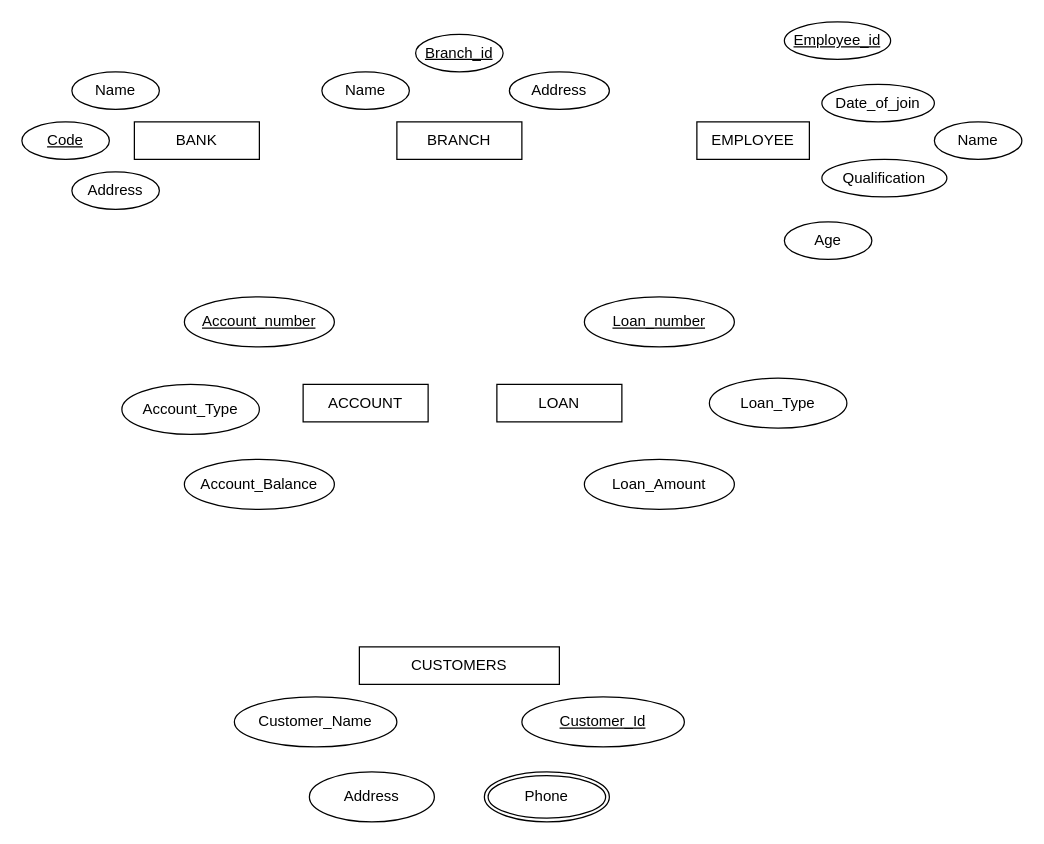
Earlier version of the draw.io diagram Untitled Diagram.drawio (Anurag404OpenSourceRules/Bank-Management-System-ERD). Source tidied: cells renumbered, new cells numbered last; positions are measured from the earlier drawing's top-left corner, leaving out a move shared by most shapes. Both pictures are drawn from the tidied source at 125%, with x=0, y=0 at pixel (21, 21).
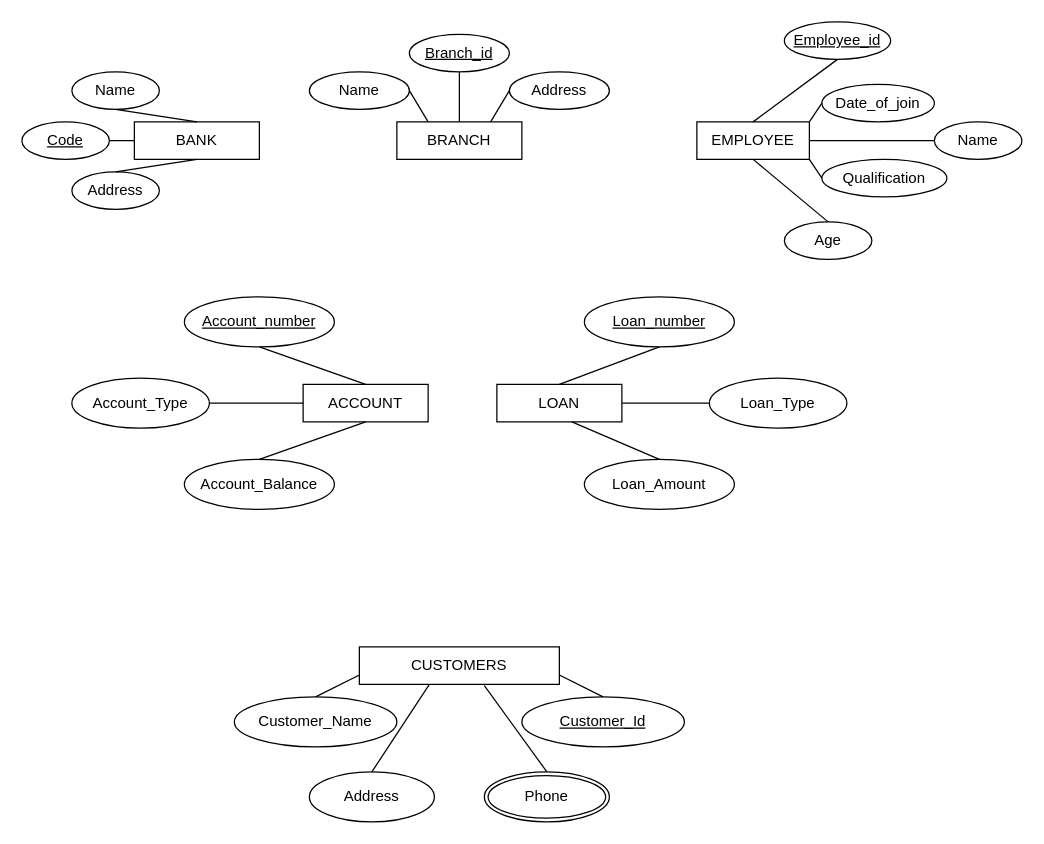
The same diagram, later.

Commit message:
Entities and attributes connection established

The change refers to these unchanged cells:
```xml
<mxCell id="2" value="BRANCH" style="rounded=0;whiteSpace=wrap;html=1;" parent="1" vertex="1">
  <mxGeometry x="300" y="80" width="100" height="30" as="geometry" />
</mxCell>
<mxCell id="3" value="ACCOUNT" style="rounded=0;whiteSpace=wrap;html=1;" parent="1" vertex="1">
  <mxGeometry x="225" y="290" width="100" height="30" as="geometry" />
</mxCell>
<mxCell id="4" value="LOAN" style="rounded=0;whiteSpace=wrap;html=1;" parent="1" vertex="1">
  <mxGeometry x="380" y="290" width="100" height="30" as="geometry" />
</mxCell>
<mxCell id="5" value="CUSTOMERS" style="rounded=0;whiteSpace=wrap;html=1;" parent="1" vertex="1">
  <mxGeometry x="270" y="500" width="160" height="30" as="geometry" />
</mxCell>
<mxCell id="6" value="BANK" style="rounded=0;whiteSpace=wrap;html=1;" parent="1" vertex="1">
  <mxGeometry x="90" y="80" width="100" height="30" as="geometry" />
</mxCell>
<mxCell id="7" value="Name" style="ellipse;whiteSpace=wrap;html=1;" parent="1" vertex="1">
  <mxGeometry x="40" y="40" width="70" height="30" as="geometry" />
</mxCell>
<mxCell id="8" value="Address" style="ellipse;whiteSpace=wrap;html=1;" parent="1" vertex="1">
  <mxGeometry x="40" y="120" width="70" height="30" as="geometry" />
</mxCell>
<mxCell id="10" value="Address" style="ellipse;whiteSpace=wrap;html=1;" parent="1" vertex="1">
  <mxGeometry x="390" y="40" width="80" height="30" as="geometry" />
</mxCell>
<mxCell id="11" value="EMPLOYEE" style="rounded=0;whiteSpace=wrap;html=1;" parent="1" vertex="1">
  <mxGeometry x="540" y="80" width="90" height="30" as="geometry" />
</mxCell>
<mxCell id="12" value="Name" style="ellipse;whiteSpace=wrap;html=1;" parent="1" vertex="1">
  <mxGeometry x="730" y="80" width="70" height="30" as="geometry" />
</mxCell>
<mxCell id="13" value="Age" style="ellipse;whiteSpace=wrap;html=1;" parent="1" vertex="1">
  <mxGeometry x="610" y="160" width="70" height="30" as="geometry" />
</mxCell>
<mxCell id="14" value="Date_of_join" style="ellipse;whiteSpace=wrap;html=1;" parent="1" vertex="1">
  <mxGeometry x="640" y="50" width="90" height="30" as="geometry" />
</mxCell>
<mxCell id="15" value="Qualification" style="ellipse;whiteSpace=wrap;html=1;" parent="1" vertex="1">
  <mxGeometry x="640" y="110" width="100" height="30" as="geometry" />
</mxCell>
<mxCell id="16" value="Account_Balance" style="ellipse;whiteSpace=wrap;html=1;" parent="1" vertex="1">
  <mxGeometry x="130" y="350" width="120" height="40" as="geometry" />
</mxCell>
<mxCell id="18" value="Loan_Amount" style="ellipse;whiteSpace=wrap;html=1;" parent="1" vertex="1">
  <mxGeometry x="450" y="350" width="120" height="40" as="geometry" />
</mxCell>
<mxCell id="19" value="Loan_Type" style="ellipse;whiteSpace=wrap;html=1;" parent="1" vertex="1">
  <mxGeometry x="550" y="285" width="110" height="40" as="geometry" />
</mxCell>
<mxCell id="20" value="Customer_Name" style="ellipse;whiteSpace=wrap;html=1;" parent="1" vertex="1">
  <mxGeometry x="170" y="540" width="130" height="40" as="geometry" />
</mxCell>
<mxCell id="21" value="Address" style="ellipse;whiteSpace=wrap;html=1;" parent="1" vertex="1">
  <mxGeometry x="230" y="600" width="100" height="40" as="geometry" />
</mxCell>
<mxCell id="22" value="Phone" style="ellipse;shape=doubleEllipse;margin=3;whiteSpace=wrap;html=1;align=center;" parent="1" vertex="1">
  <mxGeometry x="370" y="600" width="100" height="40" as="geometry" />
</mxCell>
<mxCell id="23" value="Code" style="ellipse;whiteSpace=wrap;html=1;align=center;fontStyle=4;" parent="1" vertex="1">
  <mxGeometry y="80" width="70" height="30" as="geometry" />
</mxCell>
<mxCell id="25" value="Employee_id" style="ellipse;whiteSpace=wrap;html=1;align=center;fontStyle=4;" parent="1" vertex="1">
  <mxGeometry x="610" width="85" height="30" as="geometry" />
</mxCell>
<mxCell id="26" value="Loan_number" style="ellipse;whiteSpace=wrap;html=1;align=center;fontStyle=4;" parent="1" vertex="1">
  <mxGeometry x="450" y="220" width="120" height="40" as="geometry" />
</mxCell>
<mxCell id="27" value="Account_number" style="ellipse;whiteSpace=wrap;html=1;align=center;fontStyle=4;" parent="1" vertex="1">
  <mxGeometry x="130" y="220" width="120" height="40" as="geometry" />
</mxCell>
<mxCell id="28" value="Customer_Id" style="ellipse;whiteSpace=wrap;html=1;align=center;fontStyle=4;" parent="1" vertex="1">
  <mxGeometry x="400" y="540" width="130" height="40" as="geometry" />
</mxCell>
```

The edit, as a diff of the source:
```diff
@@
     <mxCell id="9" value="Name" style="ellipse;whiteSpace=wrap;html=1;" parent="1" vertex="1">
-      <mxGeometry x="240" y="40" width="70" height="30" as="geometry" />
+      <mxGeometry x="230" y="40" width="80" height="30" as="geometry" />
     </mxCell>
@@
     <mxCell id="17" value="Account_Type" style="ellipse;whiteSpace=wrap;html=1;" parent="1" vertex="1">
-      <mxGeometry x="80" y="290" width="110" height="40" as="geometry" />
+      <mxGeometry x="40" y="285" width="110" height="40" as="geometry" />
     </mxCell>
@@
     <mxCell id="24" value="Branch_id" style="ellipse;whiteSpace=wrap;html=1;align=center;fontStyle=4;" parent="1" vertex="1">
-      <mxGeometry x="315" y="10" width="70" height="30" as="geometry" />
+      <mxGeometry x="310" y="10" width="80" height="30" as="geometry" />
     </mxCell>
@@
+    <mxCell id="29" style="endArrow=none;html=1;rounded=0;entryX=0;entryY=0.5;entryDx=0;entryDy=0;exitX=1;exitY=0.5;exitDx=0;exitDy=0;" parent="1" edge="1" source="4" target="19">
+      <mxGeometry relative="1" as="geometry" />
+    </mxCell>
+    <mxCell id="30" style="endArrow=none;html=1;rounded=0;entryX=0.5;entryY=0;entryDx=0;entryDy=0;" parent="1" edge="1" target="18">
+      <mxGeometry relative="1" as="geometry">
+        <mxPoint x="440" y="320" as="sourcePoint" />
+      </mxGeometry>
+    </mxCell>
+    <mxCell id="31" style="endArrow=none;html=1;rounded=0;exitX=0.5;exitY=0;exitDx=0;exitDy=0;entryX=0.5;entryY=1;entryDx=0;entryDy=0;" parent="1" edge="1" source="4" target="26">
+      <mxGeometry relative="1" as="geometry" />
+    </mxCell>
+    <mxCell id="32" style="endArrow=none;html=1;rounded=0;exitX=0.5;exitY=1;exitDx=0;exitDy=0;entryX=0.5;entryY=0;entryDx=0;entryDy=0;" parent="1" edge="1" source="3" target="16">
+      <mxGeometry relative="1" as="geometry" />
+    </mxCell>
+    <mxCell id="33" style="endArrow=none;html=1;rounded=0;exitX=0.5;exitY=0;exitDx=0;exitDy=0;entryX=0.5;entryY=1;entryDx=0;entryDy=0;" parent="1" edge="1" source="3" target="27">
+      <mxGeometry relative="1" as="geometry" />
+    </mxCell>
+    <mxCell id="34" style="endArrow=none;html=1;rounded=0;exitX=0;exitY=0.5;exitDx=0;exitDy=0;entryX=1;entryY=0.5;entryDx=0;entryDy=0;" parent="1" edge="1" source="3" target="17">
+      <mxGeometry relative="1" as="geometry" />
+    </mxCell>
+    <mxCell id="35" style="endArrow=none;html=1;rounded=0;exitX=0.5;exitY=1;exitDx=0;exitDy=0;entryX=0.5;entryY=0;entryDx=0;entryDy=0;" parent="1" edge="1" source="6" target="8">
+      <mxGeometry relative="1" as="geometry" />
+    </mxCell>
+    <mxCell id="36" style="endArrow=none;html=1;rounded=0;exitX=0.5;exitY=1;exitDx=0;exitDy=0;entryX=0.5;entryY=0;entryDx=0;entryDy=0;" parent="1" edge="1" source="7" target="6">
+      <mxGeometry relative="1" as="geometry" />
+    </mxCell>
+    <mxCell id="37" style="endArrow=none;html=1;rounded=0;entryX=0;entryY=0.5;entryDx=0;entryDy=0;exitX=1;exitY=0.5;exitDx=0;exitDy=0;" parent="1" edge="1" source="23" target="6">
+      <mxGeometry relative="1" as="geometry" />
+    </mxCell>
+    <mxCell id="38" style="endArrow=none;html=1;rounded=0;exitX=0.5;exitY=0;exitDx=0;exitDy=0;entryX=0.5;entryY=1;entryDx=0;entryDy=0;" parent="1" edge="1" source="2" target="24">
+      <mxGeometry relative="1" as="geometry" />
+    </mxCell>
+    <mxCell id="39" style="endArrow=none;html=1;rounded=0;exitX=0.75;exitY=0;exitDx=0;exitDy=0;entryX=0;entryY=0.5;entryDx=0;entryDy=0;" parent="1" edge="1" source="2" target="10">
+      <mxGeometry relative="1" as="geometry" />
+    </mxCell>
+    <mxCell id="40" style="endArrow=none;html=1;rounded=0;exitX=1;exitY=0.5;exitDx=0;exitDy=0;entryX=0.25;entryY=0;entryDx=0;entryDy=0;" parent="1" edge="1" source="9" target="2">
+      <mxGeometry relative="1" as="geometry" />
+    </mxCell>
+    <mxCell id="41" style="endArrow=none;html=1;rounded=0;entryX=0.5;entryY=1;entryDx=0;entryDy=0;exitX=0.5;exitY=0;exitDx=0;exitDy=0;" parent="1" edge="1" source="11" target="25">
+      <mxGeometry relative="1" as="geometry" />
+    </mxCell>
+    <mxCell id="42" style="endArrow=none;html=1;rounded=0;entryX=0;entryY=0.5;entryDx=0;entryDy=0;exitX=1;exitY=0.5;exitDx=0;exitDy=0;" parent="1" edge="1" source="11" target="12">
+      <mxGeometry relative="1" as="geometry" />
+    </mxCell>
+    <mxCell id="43" style="endArrow=none;html=1;rounded=0;exitX=1;exitY=0;exitDx=0;exitDy=0;entryX=0;entryY=0.5;entryDx=0;entryDy=0;" parent="1" edge="1" source="11" target="14">
+      <mxGeometry relative="1" as="geometry" />
+    </mxCell>
+    <mxCell id="44" style="endArrow=none;html=1;rounded=0;exitX=1;exitY=1;exitDx=0;exitDy=0;entryX=0;entryY=0.5;entryDx=0;entryDy=0;" parent="1" edge="1" source="11" target="15">
+      <mxGeometry relative="1" as="geometry" />
+    </mxCell>
+    <mxCell id="45" style="endArrow=none;html=1;rounded=0;exitX=0.5;exitY=1;exitDx=0;exitDy=0;entryX=0.5;entryY=0;entryDx=0;entryDy=0;" parent="1" edge="1" source="11" target="13">
+      <mxGeometry relative="1" as="geometry" />
+    </mxCell>
+    <mxCell id="46" style="endArrow=none;html=1;rounded=0;exitX=0.5;exitY=0;exitDx=0;exitDy=0;entryX=0;entryY=0.75;entryDx=0;entryDy=0;" parent="1" edge="1" source="20" target="5">
+      <mxGeometry relative="1" as="geometry" />
+    </mxCell>
+    <mxCell id="47" style="endArrow=none;html=1;rounded=0;exitX=1;exitY=0.75;exitDx=0;exitDy=0;entryX=0.5;entryY=0;entryDx=0;entryDy=0;" parent="1" edge="1" source="5" target="28">
+      <mxGeometry relative="1" as="geometry" />
+    </mxCell>
+    <mxCell id="48" style="endArrow=none;html=1;rounded=0;entryX=0.35;entryY=1;entryDx=0;entryDy=0;exitX=0.5;exitY=0;exitDx=0;exitDy=0;entryPerimeter=0;" parent="1" edge="1" source="21" target="5">
+      <mxGeometry relative="1" as="geometry" />
+    </mxCell>
+    <mxCell id="49" style="endArrow=none;html=1;rounded=0;exitX=0.625;exitY=1.033;exitDx=0;exitDy=0;exitPerimeter=0;entryX=0.5;entryY=0;entryDx=0;entryDy=0;" parent="1" edge="1" source="5" target="22">
+      <mxGeometry relative="1" as="geometry" />
+    </mxCell>
```
